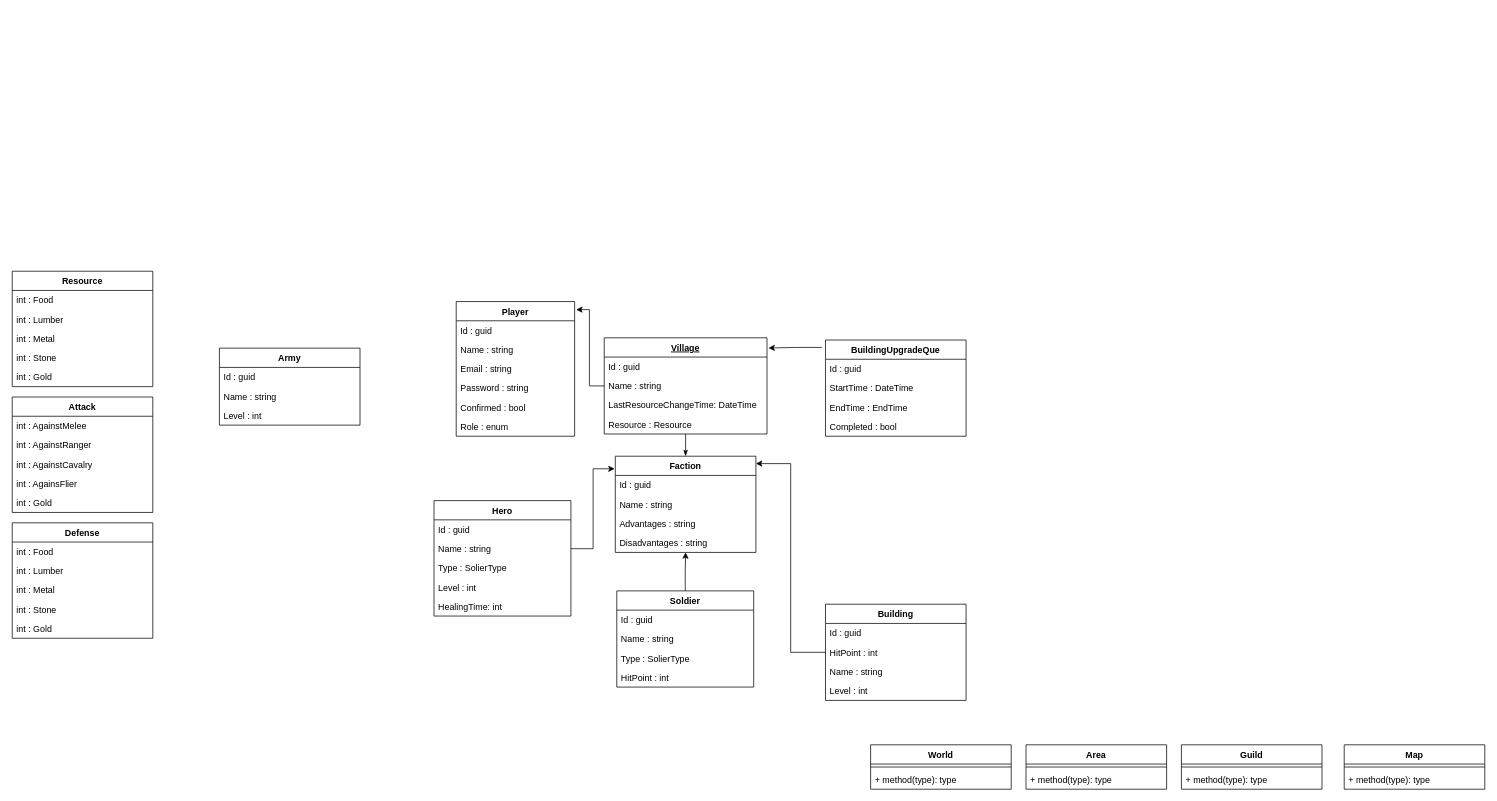
The draw.io diagram Documents/Models.drawio in AlirezaSabouei/Yooresh, before the edit. Source tidied: cells renumbered, new cells numbered last; positions are measured from the earlier drawing's top-left corner, leaving out a move shared by most shapes. Both pictures are drawn from the tidied source at 74%, with x=0, y=0 at pixel (12, 271).
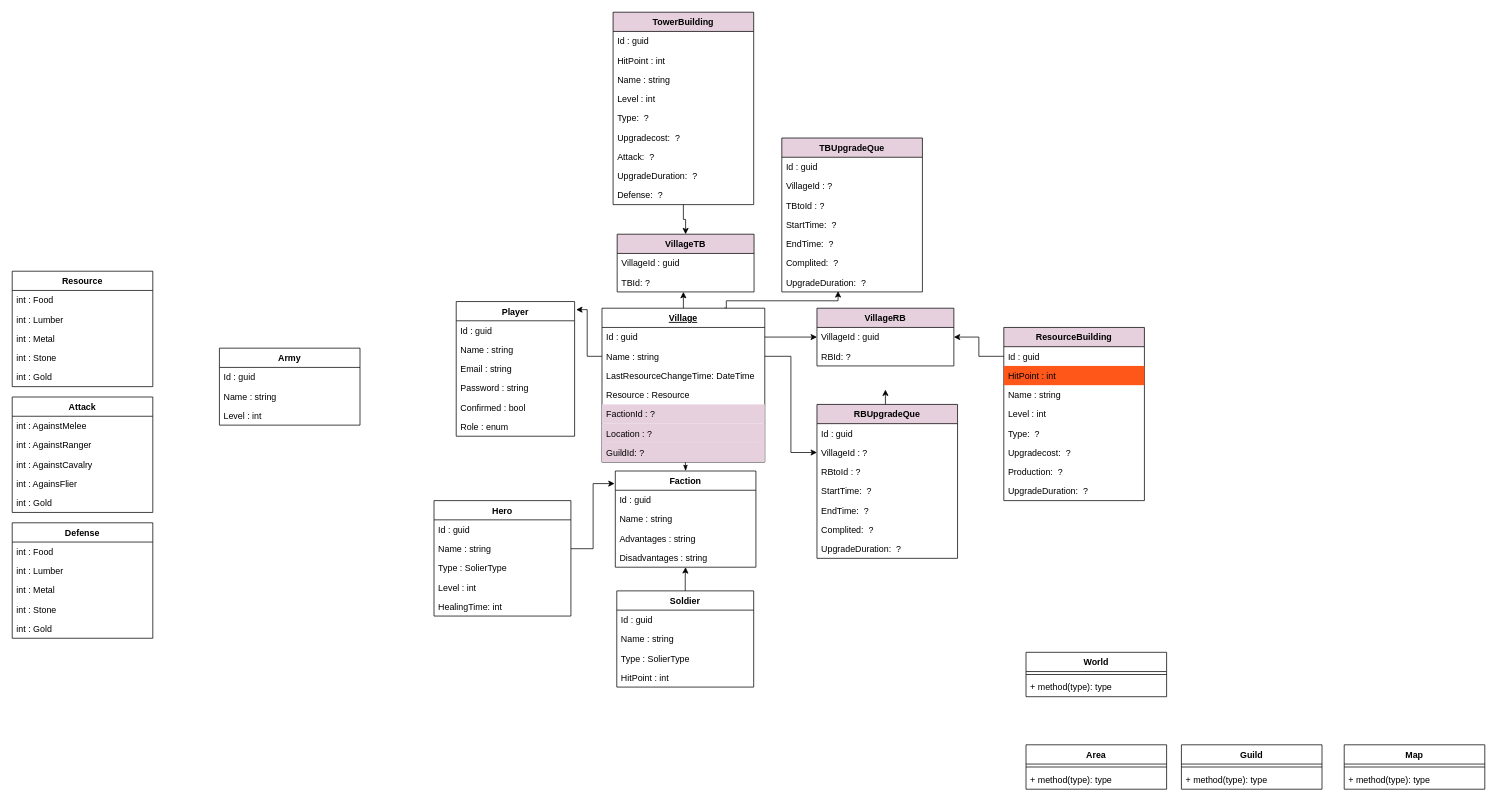
Above is the later version.

The change refers to these unchanged cells:
```xml
<mxCell id="11" value="Id : guid" style="text;strokeColor=none;fillColor=none;align=left;verticalAlign=top;spacingLeft=4;spacingRight=4;overflow=hidden;points=[[0,0.5],[1,0.5]];portConstraint=eastwest;" parent="10" vertex="1">
  <mxGeometry y="26" width="220" height="26" as="geometry" />
</mxCell>
<mxCell id="12" value="Name : string" style="text;strokeColor=none;fillColor=none;align=left;verticalAlign=top;spacingLeft=4;spacingRight=4;overflow=hidden;points=[[0,0.5],[1,0.5]];portConstraint=eastwest;" parent="10" vertex="1">
  <mxGeometry y="52" width="220" height="26" as="geometry" />
</mxCell>
<mxCell id="41" value="Id : guid" style="text;strokeColor=none;fillColor=none;align=left;verticalAlign=top;spacingLeft=4;spacingRight=4;overflow=hidden;points=[[0,0.5],[1,0.5]];portConstraint=eastwest;" parent="40" vertex="1">
  <mxGeometry y="26" width="190" height="26" as="geometry" />
</mxCell>
```

Diff of the diagram source:
```diff
@@
+    <mxCell id="80" style="edgeStyle=orthogonalEdgeStyle;rounded=0;jettySize=auto;html=1;" parent="1" edge="1" source="10" target="117">
+      <mxGeometry relative="1" as="geometry">
+        <Array as="points">
+          <mxPoint x="900" y="80" />
+          <mxPoint x="900" y="80" />
+        </Array>
+      </mxGeometry>
+    </mxCell>
+    <mxCell id="81" style="edgeStyle=orthogonalEdgeStyle;rounded=0;jettySize=auto;html=1;exitX=0.75;exitY=0;exitDx=0;exitDy=0;entryX=0.4;entryY=0.962;entryDx=0;entryDy=0;entryPerimeter=0;" parent="1" edge="1" source="10" target="125">
+      <mxGeometry relative="1" as="geometry">
+        <Array as="points">
+          <mxPoint x="965" y="40" />
+          <mxPoint x="1116" y="40" />
+        </Array>
+      </mxGeometry>
+    </mxCell>
     <mxCell id="10" value="Village" style="swimlane;fontStyle=5;align=center;verticalAlign=top;horizontal=1;startSize=26;" parent="1" vertex="1">
-      <mxGeometry x="800" y="90" width="220" height="130" as="geometry" />
+      <mxGeometry x="797" y="50" width="220" height="208" as="geometry" />
     </mxCell>
@@
+    <mxCell id="82" value="FactionId : ?" style="text;strokeColor=none;fillColor=#E6D0DE;align=left;verticalAlign=top;spacingLeft=4;spacingRight=4;overflow=hidden;" parent="10" vertex="1">
+      <mxGeometry y="130" width="220" height="26" as="geometry" />
+    </mxCell>
+    <mxCell id="83" value="Location : ?" style="text;strokeColor=none;fillColor=#E6D0DE;align=left;verticalAlign=top;spacingLeft=4;spacingRight=4;overflow=hidden;" parent="10" vertex="1">
+      <mxGeometry y="156" width="220" height="26" as="geometry" />
+    </mxCell>
+    <mxCell id="84" value="GuildId: ?" style="text;strokeColor=none;fillColor=#E6D0DE;align=left;verticalAlign=top;spacingLeft=4;spacingRight=4;overflow=hidden;" parent="10" vertex="1">
+      <mxGeometry y="182" width="220" height="26" as="geometry" />
+    </mxCell>
     <mxCell id="15" value="Faction" style="swimlane;fontStyle=1;align=center;verticalAlign=top;horizontal=1;startSize=26;" parent="1" vertex="1">
-      <mxGeometry x="815" y="250" width="190" height="130" as="geometry" />
+      <mxGeometry x="815" y="270" width="190" height="130" as="geometry" />
     </mxCell>
@@
     <mxCell id="26" value="World" style="swimlane;fontStyle=1;align=center;verticalAlign=top;horizontal=1;startSize=26;" parent="1" vertex="1">
-      <mxGeometry x="1160" y="640" width="190" height="60" as="geometry" />
+      <mxGeometry x="1370" y="515" width="190" height="60" as="geometry" />
     </mxCell>
@@
-    <mxCell id="39" style="edgeStyle=orthogonalEdgeStyle;rounded=0;jettySize=auto;html=1;entryX=1;entryY=0.077;entryDx=0;entryDy=0;entryPerimeter=0;" parent="1" edge="1" source="40" target="15">
-      <mxGeometry relative="1" as="geometry" />
-    </mxCell>
-    <mxCell id="40" value="Building" style="swimlane;fontStyle=1;align=center;verticalAlign=top;horizontal=1;startSize=26;" parent="1" vertex="1">
-      <mxGeometry x="1099" y="450" width="190" height="130" as="geometry" />
+    <mxCell id="40" value="ResourceBuilding" style="swimlane;fontStyle=1;align=center;verticalAlign=top;horizontal=1;startSize=26;points=[[0,0,0,0,0],[0,0.25,0,0,0],[0,0.5,0,0,0],[0,0.75,0,0,0],[0,1,0,0,0],[0.25,0,0,0,0],[0.25,1,0,0,0],[0.5,0,0,0,0],[0.5,1,0,0,0],[0.75,0,0,0,0],[0.75,1,0,0,0],[1,0,0,0,0],[1,0.25,0,0,0],[1,0.5,0,0,0],[1,0.75,0,0,0],[1,1,0,0,0]];fillColor=#E6D0DE;" parent="1" vertex="1">
+      <mxGeometry x="1340" y="76" width="190" height="234" as="geometry" />
     </mxCell>
@@
-    <mxCell id="42" value="HitPoint : int" style="text;strokeColor=none;fillColor=none;align=left;verticalAlign=top;spacingLeft=4;spacingRight=4;overflow=hidden;" parent="40" vertex="1">
+    <mxCell id="42" value="HitPoint : int" style="text;strokeColor=none;fillColor=#FF5719;align=left;verticalAlign=top;spacingLeft=4;spacingRight=4;overflow=hidden;" parent="40" vertex="1">
       <mxGeometry y="52" width="190" height="26" as="geometry" />
     </mxCell>
@@
-    <mxCell id="45" style="edgeStyle=orthogonalEdgeStyle;rounded=0;jettySize=auto;html=1;entryX=1.009;entryY=0.106;entryDx=0;entryDy=0;entryPerimeter=0;exitX=-0.026;exitY=0.077;exitDx=0;exitDy=0;exitPerimeter=0;" parent="1" edge="1" source="46" target="10">
-      <mxGeometry relative="1" as="geometry" />
-    </mxCell>
-    <mxCell id="46" value="BuildingUpgradeQue" style="swimlane;fontStyle=1;align=center;verticalAlign=top;horizontal=1;startSize=26;" parent="1" vertex="1">
-      <mxGeometry x="1099" y="93" width="190" height="130" as="geometry" />
-    </mxCell>
-    <mxCell id="47" value="Id : guid" style="text;strokeColor=none;fillColor=none;align=left;verticalAlign=top;spacingLeft=4;spacingRight=4;overflow=hidden;" parent="46" vertex="1">
-      <mxGeometry y="26" width="190" height="26" as="geometry" />
-    </mxCell>
-    <mxCell id="48" value="StartTime : DateTime" style="text;strokeColor=none;fillColor=none;align=left;verticalAlign=top;spacingLeft=4;spacingRight=4;overflow=hidden;" parent="46" vertex="1">
-      <mxGeometry y="52" width="190" height="26" as="geometry" />
-    </mxCell>
-    <mxCell id="49" value="EndTime : EndTime" style="text;strokeColor=none;fillColor=none;align=left;verticalAlign=top;spacingLeft=4;spacingRight=4;overflow=hidden;" parent="46" vertex="1">
-      <mxGeometry y="78" width="190" height="26" as="geometry" />
-    </mxCell>
-    <mxCell id="50" value="Completed : bool" style="text;strokeColor=none;fillColor=none;align=left;verticalAlign=top;spacingLeft=4;spacingRight=4;overflow=hidden;" parent="46" vertex="1">
-      <mxGeometry y="104" width="190" height="26" as="geometry" />
-    </mxCell>
+    <mxCell id="85" value="Type:  ?" style="text;strokeColor=none;fillColor=none;align=left;verticalAlign=top;spacingLeft=4;spacingRight=4;overflow=hidden;" parent="40" vertex="1">
+      <mxGeometry y="130" width="190" height="26" as="geometry" />
+    </mxCell>
+    <mxCell id="86" value="Upgradecost:  ?" style="text;strokeColor=none;fillColor=none;align=left;verticalAlign=top;spacingLeft=4;spacingRight=4;overflow=hidden;" parent="40" vertex="1">
+      <mxGeometry y="156" width="190" height="26" as="geometry" />
+    </mxCell>
+    <mxCell id="87" value="Production:  ?" style="text;strokeColor=none;fillColor=none;align=left;verticalAlign=top;spacingLeft=4;spacingRight=4;overflow=hidden;" parent="40" vertex="1">
+      <mxGeometry y="182" width="190" height="26" as="geometry" />
+    </mxCell>
+    <mxCell id="88" value="UpgradeDuration:  ?" style="text;strokeColor=none;fillColor=none;align=left;verticalAlign=top;spacingLeft=4;spacingRight=4;overflow=hidden;" parent="40" vertex="1">
+      <mxGeometry y="208" width="190" height="26" as="geometry" />
+    </mxCell>
@@
+    <mxCell id="89" style="edgeStyle=none;jettySize=auto;html=1;rounded=0;entryX=0;entryY=0.5;entryDx=0;entryDy=0;exitX=1;exitY=0.5;exitDx=0;exitDy=0;" parent="1" edge="1" source="11" target="91">
+      <mxGeometry relative="1" as="geometry" />
+    </mxCell>
+    <mxCell id="90" value="VillageRB" style="swimlane;fontStyle=1;align=center;verticalAlign=top;horizontal=1;startSize=26;fillColor=#E6D0DE;" parent="1" vertex="1">
+      <mxGeometry x="1087.5" y="50" width="185" height="78" as="geometry" />
+    </mxCell>
+    <mxCell id="91" value="VillageId : guid" style="text;strokeColor=none;fillColor=none;align=left;verticalAlign=top;spacingLeft=4;spacingRight=4;overflow=hidden;points=[[0,0.5],[1,0.5]];portConstraint=eastwest;" parent="90" vertex="1">
+      <mxGeometry y="26" width="185" height="26" as="geometry" />
+    </mxCell>
+    <mxCell id="92" value="RBId: ?" style="text;strokeColor=none;fillColor=none;align=left;verticalAlign=top;spacingLeft=4;spacingRight=4;overflow=hidden;" parent="90" vertex="1">
+      <mxGeometry y="52" width="185" height="26" as="geometry" />
+    </mxCell>
+    <mxCell id="93" value="RBUpgradeQue" style="swimlane;fontStyle=1;align=center;verticalAlign=top;horizontal=1;startSize=26;points=[[0,0,0,0,0],[0,0.25,0,0,0],[0,0.5,0,0,0],[0,0.75,0,0,0],[0,1,0,0,0],[0.25,0,0,0,0],[0.25,1,0,0,0],[0.5,0,0,0,0],[0.5,1,0,0,0],[0.75,0,0,0,0],[0.75,1,0,0,0],[1,0,0,0,0],[1,0.25,0,0,0],[1,0.5,0,0,0],[1,0.75,0,0,0],[1,1,0,0,0]];fillColor=#E6D0DE;" parent="1" vertex="1">
+      <mxGeometry x="1087.5" y="180" width="190" height="208" as="geometry" />
+    </mxCell>
+    <mxCell id="94" value="Id : guid" style="text;strokeColor=none;fillColor=none;align=left;verticalAlign=top;spacingLeft=4;spacingRight=4;overflow=hidden;" parent="93" vertex="1">
+      <mxGeometry y="26" width="190" height="26" as="geometry" />
+    </mxCell>
+    <mxCell id="95" value="VillageId : ?" style="text;strokeColor=none;fillColor=none;align=left;verticalAlign=top;spacingLeft=4;spacingRight=4;overflow=hidden;points=[[0,0.5],[1,0.5]];portConstraint=eastwest;" parent="93" vertex="1">
+      <mxGeometry y="52" width="190" height="26" as="geometry" />
+    </mxCell>
+    <mxCell id="96" value="RBtoId : ?" style="text;strokeColor=none;fillColor=none;align=left;verticalAlign=top;spacingLeft=4;spacingRight=4;overflow=hidden;" parent="93" vertex="1">
+      <mxGeometry y="78" width="190" height="26" as="geometry" />
+    </mxCell>
+    <mxCell id="97" value="StartTime:  ?" style="text;strokeColor=none;fillColor=none;align=left;verticalAlign=top;spacingLeft=4;spacingRight=4;overflow=hidden;" parent="93" vertex="1">
+      <mxGeometry y="104" width="190" height="26" as="geometry" />
+    </mxCell>
+    <mxCell id="98" value="EndTime:  ?" style="text;strokeColor=none;fillColor=none;align=left;verticalAlign=top;spacingLeft=4;spacingRight=4;overflow=hidden;" parent="93" vertex="1">
+      <mxGeometry y="130" width="190" height="26" as="geometry" />
+    </mxCell>
+    <mxCell id="99" value="Complited:  ?" style="text;strokeColor=none;fillColor=none;align=left;verticalAlign=top;spacingLeft=4;spacingRight=4;overflow=hidden;" parent="93" vertex="1">
+      <mxGeometry y="156" width="190" height="26" as="geometry" />
+    </mxCell>
+    <mxCell id="100" value="UpgradeDuration:  ?" style="text;strokeColor=none;fillColor=none;align=left;verticalAlign=top;spacingLeft=4;spacingRight=4;overflow=hidden;" parent="93" vertex="1">
+      <mxGeometry y="182" width="190" height="26" as="geometry" />
+    </mxCell>
+    <mxCell id="101" style="edgeStyle=orthogonalEdgeStyle;rounded=0;jettySize=auto;html=1;exitX=1;exitY=0.5;exitDx=0;exitDy=0;entryX=0;entryY=0.5;entryDx=0;entryDy=0;" parent="1" edge="1" source="12" target="95">
+      <mxGeometry relative="1" as="geometry" />
+    </mxCell>
+    <mxCell id="102" style="edgeStyle=orthogonalEdgeStyle;rounded=0;jettySize=auto;html=1;" parent="1" edge="1" source="93">
+      <mxGeometry relative="1" as="geometry">
+        <mxPoint x="1180" y="160" as="targetPoint" />
+        <Array as="points">
+          <mxPoint x="1185" y="186" />
+          <mxPoint x="1181" y="186" />
+        </Array>
+      </mxGeometry>
+    </mxCell>
+    <mxCell id="103" style="edgeStyle=orthogonalEdgeStyle;rounded=0;jettySize=auto;html=1;exitX=0;exitY=0.5;exitDx=0;exitDy=0;entryX=1;entryY=0.5;entryDx=0;entryDy=0;" parent="1" edge="1" source="41" target="91">
+      <mxGeometry relative="1" as="geometry" />
+    </mxCell>
+    <mxCell id="104" style="edgeStyle=orthogonalEdgeStyle;rounded=0;jettySize=auto;html=1;entryX=0.5;entryY=0;entryDx=0;entryDy=0;" parent="1" edge="1" source="105" target="115">
+      <mxGeometry relative="1" as="geometry" />
+    </mxCell>
+    <mxCell id="105" value="TowerBuilding" style="swimlane;fontStyle=1;align=center;verticalAlign=top;horizontal=1;startSize=26;points=[[0,0,0,0,0],[0,0.25,0,0,0],[0,0.5,0,0,0],[0,0.75,0,0,0],[0,1,0,0,0],[0.25,0,0,0,0],[0.25,1,0,0,0],[0.5,0,0,0,0],[0.5,1,0,0,0],[0.75,0,0,0,0],[0.75,1,0,0,0],[1,0,0,0,0],[1,0.25,0,0,0],[1,0.5,0,0,0],[1,0.75,0,0,0],[1,1,0,0,0]];fillColor=#E6D0DE;" parent="1" vertex="1">
+      <mxGeometry x="812" y="-350" width="190" height="260" as="geometry" />
+    </mxCell>
+    <mxCell id="106" value="Id : guid" style="text;strokeColor=none;fillColor=none;align=left;verticalAlign=top;spacingLeft=4;spacingRight=4;overflow=hidden;" parent="105" vertex="1">
+      <mxGeometry y="26" width="190" height="26" as="geometry" />
+    </mxCell>
+    <mxCell id="107" value="HitPoint : int" style="text;strokeColor=none;fillColor=none;align=left;verticalAlign=top;spacingLeft=4;spacingRight=4;overflow=hidden;" parent="105" vertex="1">
+      <mxGeometry y="52" width="190" height="26" as="geometry" />
+    </mxCell>
+    <mxCell id="108" value="Name : string" style="text;strokeColor=none;fillColor=none;align=left;verticalAlign=top;spacingLeft=4;spacingRight=4;overflow=hidden;" parent="105" vertex="1">
+      <mxGeometry y="78" width="190" height="26" as="geometry" />
+    </mxCell>
+    <mxCell id="109" value="Level : int" style="text;strokeColor=none;fillColor=none;align=left;verticalAlign=top;spacingLeft=4;spacingRight=4;overflow=hidden;" parent="105" vertex="1">
+      <mxGeometry y="104" width="190" height="26" as="geometry" />
+    </mxCell>
+    <mxCell id="110" value="Type:  ?" style="text;strokeColor=none;fillColor=none;align=left;verticalAlign=top;spacingLeft=4;spacingRight=4;overflow=hidden;" parent="105" vertex="1">
+      <mxGeometry y="130" width="190" height="26" as="geometry" />
+    </mxCell>
+    <mxCell id="111" value="Upgradecost:  ?" style="text;strokeColor=none;fillColor=none;align=left;verticalAlign=top;spacingLeft=4;spacingRight=4;overflow=hidden;" parent="105" vertex="1">
+      <mxGeometry y="156" width="190" height="26" as="geometry" />
+    </mxCell>
+    <mxCell id="112" value="Attack:  ?" style="text;strokeColor=none;fillColor=none;align=left;verticalAlign=top;spacingLeft=4;spacingRight=4;overflow=hidden;" parent="105" vertex="1">
+      <mxGeometry y="182" width="190" height="26" as="geometry" />
+    </mxCell>
+    <mxCell id="113" value="UpgradeDuration:  ?" style="text;strokeColor=none;fillColor=none;align=left;verticalAlign=top;spacingLeft=4;spacingRight=4;overflow=hidden;" parent="105" vertex="1">
+      <mxGeometry y="208" width="190" height="26" as="geometry" />
+    </mxCell>
+    <mxCell id="114" value="Defense:  ?" style="text;strokeColor=none;fillColor=none;align=left;verticalAlign=top;spacingLeft=4;spacingRight=4;overflow=hidden;" parent="105" vertex="1">
+      <mxGeometry y="234" width="190" height="26" as="geometry" />
+    </mxCell>
+    <mxCell id="115" value="VillageTB" style="swimlane;fontStyle=1;align=center;verticalAlign=top;horizontal=1;startSize=26;fillColor=#E6D0DE;" parent="1" vertex="1">
+      <mxGeometry x="817.5" y="-50" width="185" height="78" as="geometry" />
+    </mxCell>
+    <mxCell id="116" value="VillageId : guid" style="text;strokeColor=none;fillColor=none;align=left;verticalAlign=top;spacingLeft=4;spacingRight=4;overflow=hidden;" parent="115" vertex="1">
+      <mxGeometry y="26" width="185" height="26" as="geometry" />
+    </mxCell>
+    <mxCell id="117" value="TBId: ?" style="text;strokeColor=none;fillColor=none;align=left;verticalAlign=top;spacingLeft=4;spacingRight=4;overflow=hidden;points=[[0,0.5],[1,0.5]];portConstraint=eastwest;" parent="115" vertex="1">
+      <mxGeometry y="52" width="185" height="26" as="geometry" />
+    </mxCell>
+    <mxCell id="118" value="TBUpgradeQue" style="swimlane;fontStyle=1;align=center;verticalAlign=top;horizontal=1;startSize=26;fillColor=#E6D0DE;" parent="1" vertex="1">
+      <mxGeometry x="1040" y="-180" width="190" height="208" as="geometry" />
+    </mxCell>
+    <mxCell id="119" value="Id : guid" style="text;strokeColor=none;fillColor=none;align=left;verticalAlign=top;spacingLeft=4;spacingRight=4;overflow=hidden;" parent="118" vertex="1">
+      <mxGeometry y="26" width="190" height="26" as="geometry" />
+    </mxCell>
+    <mxCell id="120" value="VillageId : ?" style="text;strokeColor=none;fillColor=none;align=left;verticalAlign=top;spacingLeft=4;spacingRight=4;overflow=hidden;" parent="118" vertex="1">
+      <mxGeometry y="52" width="190" height="26" as="geometry" />
+    </mxCell>
+    <mxCell id="121" value="TBtoId : ?" style="text;strokeColor=none;fillColor=none;align=left;verticalAlign=top;spacingLeft=4;spacingRight=4;overflow=hidden;" parent="118" vertex="1">
+      <mxGeometry y="78" width="190" height="26" as="geometry" />
+    </mxCell>
+    <mxCell id="122" value="StartTime:  ?" style="text;strokeColor=none;fillColor=none;align=left;verticalAlign=top;spacingLeft=4;spacingRight=4;overflow=hidden;" parent="118" vertex="1">
+      <mxGeometry y="104" width="190" height="26" as="geometry" />
+    </mxCell>
+    <mxCell id="123" value="EndTime:  ?" style="text;strokeColor=none;fillColor=none;align=left;verticalAlign=top;spacingLeft=4;spacingRight=4;overflow=hidden;" parent="118" vertex="1">
+      <mxGeometry y="130" width="190" height="26" as="geometry" />
+    </mxCell>
+    <mxCell id="124" value="Complited:  ?" style="text;strokeColor=none;fillColor=none;align=left;verticalAlign=top;spacingLeft=4;spacingRight=4;overflow=hidden;" parent="118" vertex="1">
+      <mxGeometry y="156" width="190" height="26" as="geometry" />
+    </mxCell>
+    <mxCell id="125" value="UpgradeDuration:  ?" style="text;strokeColor=none;fillColor=none;align=left;verticalAlign=top;spacingLeft=4;spacingRight=4;overflow=hidden;points=[[0,0.5],[1,0.5]];portConstraint=eastwest;" parent="118" vertex="1">
+      <mxGeometry y="182" width="190" height="26" as="geometry" />
+    </mxCell>
```
